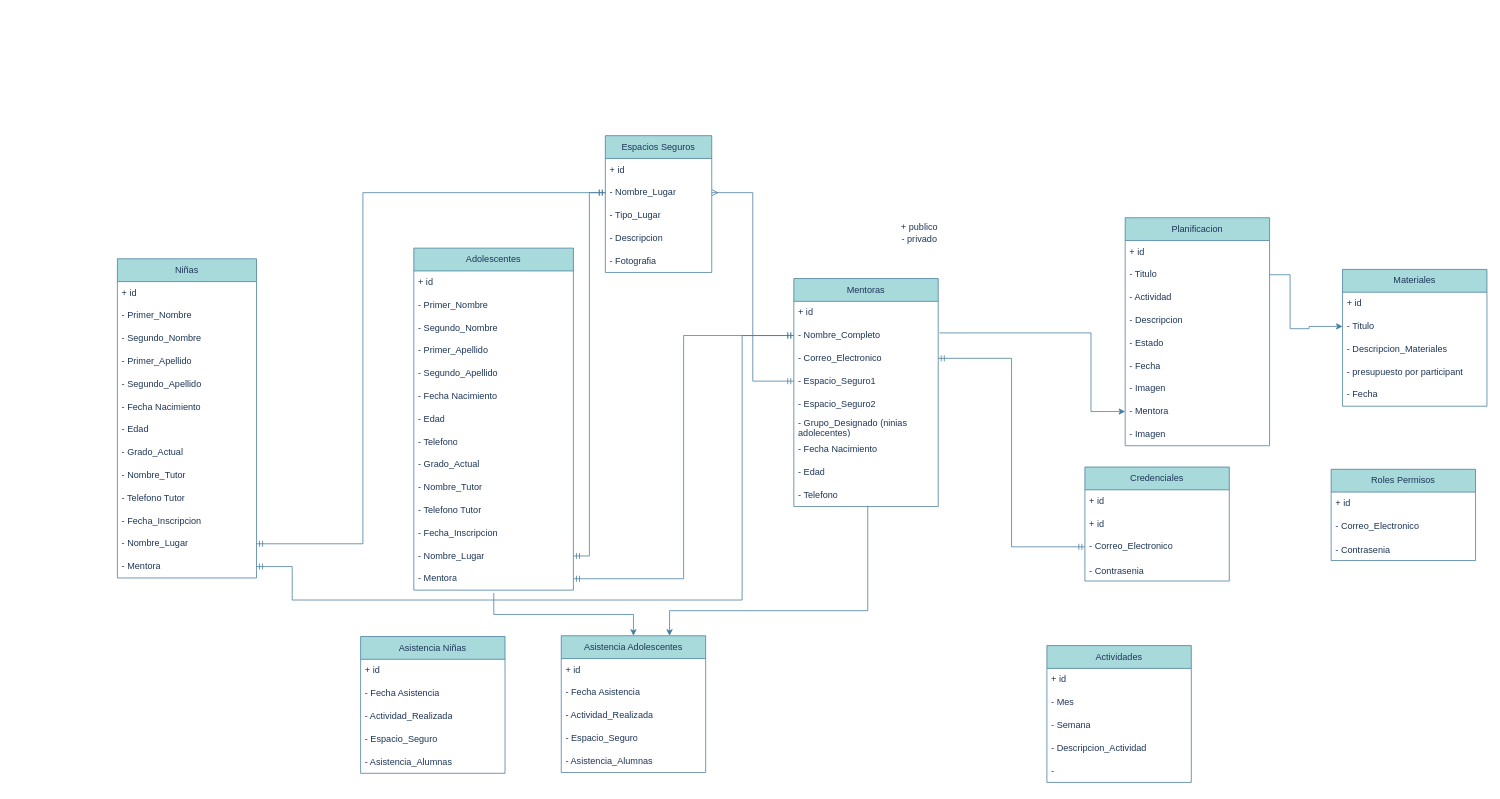
Before: page "Digrama de Clases" (1 of 4) of REDMI.drawio in NealD00/Diagramin, a draw.io diagram. Source tidied: cells renumbered, new cells numbered last; positions are measured from the earlier drawing's top-left corner, leaving out a move shared by most shapes. Both pictures are drawn from the tidied source at 76%, with x=0, y=0 at pixel (117, 135).
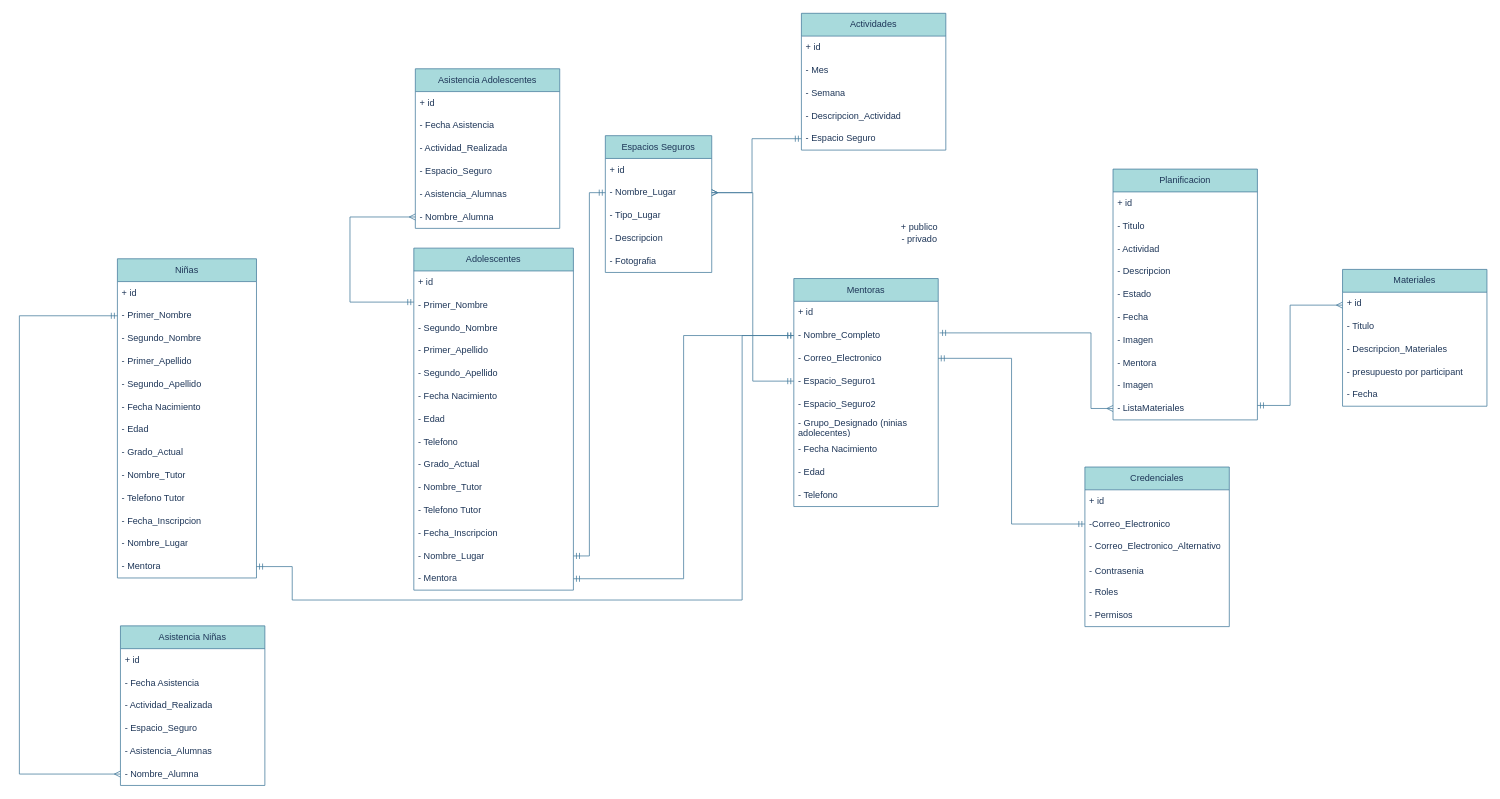
Above is the later version.

The change refers to these unchanged cells:
```xml
<mxCell id="4" value="- Nombre_Lugar" style="text;strokeColor=none;fillColor=none;align=left;verticalAlign=middle;spacingLeft=4;spacingRight=4;overflow=hidden;points=[[0,0.5],[1,0.5]];portConstraint=eastwest;whiteSpace=wrap;html=1;labelBackgroundColor=none;fontColor=#1D3557;" parent="2" vertex="1">
  <mxGeometry y="60" width="140" height="30" as="geometry" />
</mxCell>
<mxCell id="11" value="- Primer_Nombre" style="text;strokeColor=none;fillColor=none;align=left;verticalAlign=middle;spacingLeft=4;spacingRight=4;overflow=hidden;points=[[0,0.5],[1,0.5]];portConstraint=eastwest;whiteSpace=wrap;html=1;labelBackgroundColor=none;fontColor=#1D3557;" parent="9" vertex="1">
  <mxGeometry y="60" width="210" height="30" as="geometry" />
</mxCell>
<mxCell id="23" value="- Mentora" style="text;strokeColor=none;fillColor=none;align=left;verticalAlign=middle;spacingLeft=4;spacingRight=4;overflow=hidden;points=[[0,0.5],[1,0.5]];portConstraint=eastwest;whiteSpace=wrap;html=1;labelBackgroundColor=none;fontColor=#1D3557;" parent="9" vertex="1">
  <mxGeometry y="420" width="210" height="30" as="geometry" />
</mxCell>
<mxCell id="25" value="+ id&amp;nbsp;&lt;span style=&quot;white-space: pre;&quot;&gt;&#9;&lt;/span&gt;" style="text;strokeColor=none;fillColor=none;align=left;verticalAlign=middle;spacingLeft=4;spacingRight=4;overflow=hidden;points=[[0,0.5],[1,0.5]];portConstraint=eastwest;whiteSpace=wrap;html=1;labelBackgroundColor=none;fontColor=#1D3557;" parent="24" vertex="1">
  <mxGeometry y="30" width="190" height="30" as="geometry" />
</mxCell>
<mxCell id="27" value="- Correo_Electronico" style="text;strokeColor=none;fillColor=none;align=left;verticalAlign=middle;spacingLeft=4;spacingRight=4;overflow=hidden;points=[[0,0.5],[1,0.5]];portConstraint=eastwest;whiteSpace=wrap;html=1;labelBackgroundColor=none;fontColor=#1D3557;" parent="24" vertex="1">
  <mxGeometry y="90" width="190" height="30" as="geometry" />
</mxCell>
<mxCell id="33" value="- Telefono" style="text;strokeColor=none;fillColor=none;align=left;verticalAlign=middle;spacingLeft=4;spacingRight=4;overflow=hidden;points=[[0,0.5],[1,0.5]];portConstraint=eastwest;whiteSpace=wrap;html=1;labelBackgroundColor=none;fontColor=#1D3557;" parent="24" vertex="1">
  <mxGeometry y="270" width="190" height="30" as="geometry" />
</mxCell>
<mxCell id="42" value="- Titulo" style="text;strokeColor=none;fillColor=none;align=left;verticalAlign=middle;spacingLeft=4;spacingRight=4;overflow=hidden;points=[[0,0.5],[1,0.5]];portConstraint=eastwest;whiteSpace=wrap;html=1;labelBackgroundColor=none;fontColor=#1D3557;" parent="40" vertex="1">
  <mxGeometry y="60" width="190" height="30" as="geometry" />
</mxCell>
<mxCell id="48" value="- Mentora&lt;span style=&quot;white-space: pre;&quot;&gt;&#9;&lt;/span&gt;" style="text;strokeColor=none;fillColor=none;align=left;verticalAlign=middle;spacingLeft=4;spacingRight=4;overflow=hidden;points=[[0,0.5],[1,0.5]];portConstraint=eastwest;whiteSpace=wrap;html=1;labelBackgroundColor=none;fontColor=#1D3557;" parent="40" vertex="1">
  <mxGeometry y="240" width="190" height="30" as="geometry" />
</mxCell>
<mxCell id="69" value="+ id&amp;nbsp;&lt;span style=&quot;white-space: pre;&quot;&gt;&#9;&lt;/span&gt;" style="text;strokeColor=none;fillColor=none;align=left;verticalAlign=middle;spacingLeft=4;spacingRight=4;overflow=hidden;points=[[0,0.5],[1,0.5]];portConstraint=eastwest;whiteSpace=wrap;html=1;labelBackgroundColor=none;fontColor=#1D3557;" parent="68" vertex="1">
  <mxGeometry y="30" width="190" height="30" as="geometry" />
</mxCell>
<mxCell id="70" value="- Titulo" style="text;strokeColor=none;fillColor=none;align=left;verticalAlign=middle;spacingLeft=4;spacingRight=4;overflow=hidden;points=[[0,0.5],[1,0.5]];portConstraint=eastwest;whiteSpace=wrap;html=1;labelBackgroundColor=none;fontColor=#1D3557;" parent="68" vertex="1">
  <mxGeometry y="60" width="190" height="30" as="geometry" />
</mxCell>
<mxCell id="77" value="- Primer_Nombre" style="text;strokeColor=none;fillColor=none;align=left;verticalAlign=middle;spacingLeft=4;spacingRight=4;overflow=hidden;points=[[0,0.5],[1,0.5]];portConstraint=eastwest;whiteSpace=wrap;html=1;labelBackgroundColor=none;fontColor=#1D3557;" parent="75" vertex="1">
  <mxGeometry y="60" width="183" height="30" as="geometry" />
</mxCell>
<mxCell id="87" value="- Nombre_Lugar" style="text;strokeColor=none;fillColor=none;align=left;verticalAlign=middle;spacingLeft=4;spacingRight=4;overflow=hidden;points=[[0,0.5],[1,0.5]];portConstraint=eastwest;whiteSpace=wrap;html=1;labelBackgroundColor=none;fontColor=#1D3557;" parent="75" vertex="1">
  <mxGeometry y="360" width="183" height="30" as="geometry" />
</mxCell>
```

Change to the diagram source:
```diff
@@
     <mxCell id="34" value="Asistencia Adolescentes" style="swimlane;fontStyle=0;horizontal=1;startSize=30;whiteSpace=wrap;html=1;labelBackgroundColor=none;fillColor=#A8DADC;strokeColor=#457B9D;fontColor=#1D3557;" parent="1" vertex="1">
-      <mxGeometry x="584" y="658" width="190" height="180" as="geometry" />
+      <mxGeometry x="392" y="-88" width="190" height="210" as="geometry" />
     </mxCell>
@@
+    <mxCell id="101" value="- Nombre_Alumna" style="text;strokeColor=none;fillColor=none;align=left;verticalAlign=middle;spacingLeft=4;spacingRight=4;overflow=hidden;points=[[0,0.5],[1,0.5]];portConstraint=eastwest;whiteSpace=wrap;html=1;labelBackgroundColor=none;fontColor=#1D3557;" parent="34" vertex="1">
+      <mxGeometry y="180" width="190" height="30" as="geometry" />
+    </mxCell>
     <mxCell id="40" value="Planificacion" style="swimlane;fontStyle=0;horizontal=1;startSize=30;whiteSpace=wrap;html=1;labelBackgroundColor=none;fillColor=#A8DADC;strokeColor=#457B9D;fontColor=#1D3557;" parent="1" vertex="1">
-      <mxGeometry x="1326" y="108" width="190" height="300" as="geometry" />
+      <mxGeometry x="1310" y="44" width="190" height="330" as="geometry" />
     </mxCell>
@@
+    <mxCell id="102" value="- ListaMateriales" style="text;strokeColor=none;fillColor=none;align=left;verticalAlign=middle;spacingLeft=4;spacingRight=4;overflow=hidden;points=[[0,0.5],[1,0.5]];portConstraint=eastwest;whiteSpace=wrap;html=1;labelBackgroundColor=none;fontColor=#1D3557;" parent="40" vertex="1">
+      <mxGeometry y="300" width="190" height="30" as="geometry" />
+    </mxCell>
     <mxCell id="50" value="Credenciales" style="swimlane;fontStyle=0;horizontal=1;startSize=30;whiteSpace=wrap;html=1;labelBackgroundColor=none;fillColor=#A8DADC;strokeColor=#457B9D;fontColor=#1D3557;" parent="1" vertex="1">
-      <mxGeometry x="1273" y="436" width="190" height="150" as="geometry" />
+      <mxGeometry x="1273" y="436" width="190" height="210" as="geometry" />
     </mxCell>
@@
-    <mxCell id="52" value="+ id&amp;nbsp;&lt;span style=&quot;white-space: pre;&quot;&gt;&#9;&lt;/span&gt;" style="text;strokeColor=none;fillColor=none;align=left;verticalAlign=middle;spacingLeft=4;spacingRight=4;overflow=hidden;points=[[0,0.5],[1,0.5]];portConstraint=eastwest;whiteSpace=wrap;html=1;labelBackgroundColor=none;fontColor=#1D3557;" parent="50" vertex="1">
+    <mxCell id="52" value="-Correo_Electronico" style="text;strokeColor=none;fillColor=none;align=left;verticalAlign=middle;spacingLeft=4;spacingRight=4;overflow=hidden;points=[[0,0.5],[1,0.5]];portConstraint=eastwest;whiteSpace=wrap;html=1;labelBackgroundColor=none;fontColor=#1D3557;" parent="50" vertex="1">
       <mxGeometry y="60" width="190" height="30" as="geometry" />
     </mxCell>
-    <mxCell id="53" value="- Correo_Electronico" style="text;strokeColor=none;fillColor=none;align=left;verticalAlign=middle;spacingLeft=4;spacingRight=4;overflow=hidden;points=[[0,0.5],[1,0.5]];portConstraint=eastwest;whiteSpace=wrap;html=1;labelBackgroundColor=none;fontColor=#1D3557;" parent="50" vertex="1">
+    <mxCell id="53" value="- Correo_Electronico_Alternativo" style="text;strokeColor=none;fillColor=none;align=left;verticalAlign=middle;spacingLeft=4;spacingRight=4;overflow=hidden;points=[[0,0.5],[1,0.5]];portConstraint=eastwest;whiteSpace=wrap;html=1;labelBackgroundColor=none;fontColor=#1D3557;" parent="50" vertex="1">
       <mxGeometry y="90" width="190" height="30" as="geometry" />
     </mxCell>
@@
+    <mxCell id="103" value="- Roles" style="text;strokeColor=none;fillColor=none;align=left;verticalAlign=middle;spacingLeft=4;spacingRight=4;overflow=hidden;whiteSpace=wrap;html=1;labelBackgroundColor=none;fontColor=#1D3557;" parent="50" vertex="1">
+      <mxGeometry y="150" width="190" height="30" as="geometry" />
+    </mxCell>
+    <mxCell id="104" value="- Permisos" style="text;strokeColor=none;fillColor=none;align=left;verticalAlign=middle;spacingLeft=4;spacingRight=4;overflow=hidden;whiteSpace=wrap;html=1;labelBackgroundColor=none;fontColor=#1D3557;" parent="50" vertex="1">
+      <mxGeometry y="180" width="190" height="30" as="geometry" />
+    </mxCell>
@@
-    <mxCell id="57" style="endArrow=classic;html=1;rounded=0;fontFamily=Helvetica;fontSize=12;fontColor=default;fontStyle=0;exitX=0.501;exitY=1.124;exitDx=0;exitDy=0;exitPerimeter=0;entryX=0.5;entryY=0;entryDx=0;entryDy=0;edgeStyle=elbowEdgeStyle;elbow=vertical;labelBackgroundColor=none;strokeColor=#457B9D;" parent="1" edge="1" source="23" target="34">
-      <mxGeometry relative="1" as="geometry" />
-    </mxCell>
-    <mxCell id="58" style="endArrow=classic;html=1;rounded=0;fontFamily=Helvetica;fontSize=12;fontColor=default;fontStyle=0;exitX=0.512;exitY=0.964;exitDx=0;exitDy=0;exitPerimeter=0;entryX=0.75;entryY=0;entryDx=0;entryDy=0;edgeStyle=elbowEdgeStyle;elbow=vertical;labelBackgroundColor=none;strokeColor=#457B9D;" parent="1" edge="1" source="33" target="34">
-      <mxGeometry relative="1" as="geometry">
-        <Array as="points">
-          <mxPoint x="860" y="625" />
-        </Array>
-      </mxGeometry>
-    </mxCell>
-    <mxCell id="59" style="rounded=0;jettySize=auto;elbow=vertical;html=1;exitX=0;exitY=0.5;exitDx=0;exitDy=0;entryX=1;entryY=0.5;entryDx=0;entryDy=0;fontFamily=Helvetica;fontSize=12;fontColor=default;fontStyle=0;edgeStyle=orthogonalEdgeStyle;startArrow=ERmandOne;startFill=0;endArrow=ERmandOne;endFill=0;labelBackgroundColor=none;strokeColor=#457B9D;" parent="1" edge="1" source="53" target="27">
+    <mxCell id="59" style="rounded=0;jettySize=auto;elbow=vertical;html=1;exitX=0;exitY=0.5;exitDx=0;exitDy=0;entryX=1;entryY=0.5;entryDx=0;entryDy=0;fontFamily=Helvetica;fontSize=12;fontColor=default;fontStyle=0;edgeStyle=orthogonalEdgeStyle;startArrow=ERmandOne;startFill=0;endArrow=ERmandOne;endFill=0;labelBackgroundColor=none;strokeColor=#457B9D;" parent="1" edge="1" source="52" target="27">
       <mxGeometry relative="1" as="geometry" />
     </mxCell>
     <mxCell id="60" value="Actividades" style="swimlane;fontStyle=0;horizontal=1;startSize=30;whiteSpace=wrap;html=1;labelBackgroundColor=none;fillColor=#A8DADC;strokeColor=#457B9D;fontColor=#1D3557;" parent="1" vertex="1">
-      <mxGeometry x="1223" y="671" width="190" height="180" as="geometry" />
+      <mxGeometry x="900" y="-161" width="190" height="180" as="geometry" />
     </mxCell>
@@
-    <mxCell id="65" value="-&amp;nbsp;" style="text;strokeColor=none;fillColor=none;align=left;verticalAlign=middle;spacingLeft=4;spacingRight=4;overflow=hidden;points=[[0,0.5],[1,0.5]];portConstraint=eastwest;whiteSpace=wrap;html=1;labelBackgroundColor=none;fontColor=#1D3557;" parent="60" vertex="1">
+    <mxCell id="65" value="- Espacio Seguro" style="text;strokeColor=none;fillColor=none;align=left;verticalAlign=middle;spacingLeft=4;spacingRight=4;overflow=hidden;points=[[0,0.5],[1,0.5]];portConstraint=eastwest;whiteSpace=wrap;html=1;labelBackgroundColor=none;fontColor=#1D3557;" parent="60" vertex="1">
       <mxGeometry y="150" width="190" height="30" as="geometry" />
     </mxCell>
@@
-    <mxCell id="67" style="edgeStyle=orthogonalEdgeStyle;rounded=0;jettySize=auto;html=1;exitX=1.009;exitY=1.384;exitDx=0;exitDy=0;exitPerimeter=0;entryX=0;entryY=0.5;entryDx=0;entryDy=0;labelBackgroundColor=none;strokeColor=#457B9D;fontColor=default;" parent="1" edge="1" source="25" target="48">
+    <mxCell id="67" style="edgeStyle=orthogonalEdgeStyle;rounded=0;jettySize=auto;html=1;exitX=1.009;exitY=1.384;exitDx=0;exitDy=0;exitPerimeter=0;entryX=0;entryY=0.5;entryDx=0;entryDy=0;labelBackgroundColor=none;strokeColor=#457B9D;fontColor=default;startArrow=ERmandOne;startFill=0;endArrow=ERmany;endFill=0;" parent="1" edge="1" source="25" target="102">
       <mxGeometry relative="1" as="geometry">
         <Array as="points">
-          <mxPoint x="1281" y="260" />
-          <mxPoint x="1281" y="363" />
+          <mxPoint x="1281" y="259" />
+          <mxPoint x="1281" y="359" />
         </Array>
       </mxGeometry>
     </mxCell>
@@
-    <mxCell id="74" style="edgeStyle=orthogonalEdgeStyle;rounded=0;jettySize=auto;html=1;exitX=1;exitY=0.5;exitDx=0;exitDy=0;entryX=0;entryY=0.5;entryDx=0;entryDy=0;labelBackgroundColor=none;strokeColor=#457B9D;fontColor=default;" parent="1" edge="1" source="42" target="70">
+    <mxCell id="74" style="edgeStyle=orthogonalEdgeStyle;rounded=0;jettySize=auto;html=1;labelBackgroundColor=none;strokeColor=#457B9D;fontColor=default;startArrow=ERmandOne;startFill=0;endArrow=ERmany;endFill=0;" parent="1" edge="1" source="102" target="69">
       <mxGeometry relative="1" as="geometry">
         <Array as="points">
-          <mxPoint x="1543" y="183" />
-          <mxPoint x="1543" y="254" />
-          <mxPoint x="1568" y="254" />
-          <mxPoint x="1568" y="251" />
+          <mxPoint x="1543" y="355" />
+          <mxPoint x="1543" y="223" />
         </Array>
       </mxGeometry>
     </mxCell>
@@
     <mxCell id="89" value="Asistencia Niñas" style="swimlane;fontStyle=0;horizontal=1;startSize=30;whiteSpace=wrap;html=1;labelBackgroundColor=none;fillColor=#A8DADC;strokeColor=#457B9D;fontColor=#1D3557;" parent="1" vertex="1">
-      <mxGeometry x="320" y="659" width="190" height="180" as="geometry" />
+      <mxGeometry x="4" y="645" width="190" height="210" as="geometry" />
     </mxCell>
@@
-    <mxCell id="95" style="edgeStyle=orthogonalEdgeStyle;rounded=0;jettySize=auto;html=1;entryX=1;entryY=0.5;entryDx=0;entryDy=0;fontFamily=Helvetica;fontSize=12;fontColor=default;fontStyle=0;endArrow=ERmandOne;endFill=0;startArrow=ERmandOne;startFill=0;exitX=0;exitY=0.5;exitDx=0;exitDy=0;labelBackgroundColor=none;strokeColor=#457B9D;" parent="1" edge="1" source="4" target="87">
-      <mxGeometry relative="1" as="geometry">
-        <Array as="points">
-          <mxPoint x="323" y="75" />
-          <mxPoint x="323" y="537" />
-        </Array>
-      </mxGeometry>
-    </mxCell>
+    <mxCell id="105" value="- Nombre_Alumna" style="text;strokeColor=none;fillColor=none;align=left;verticalAlign=middle;spacingLeft=4;spacingRight=4;overflow=hidden;points=[[0,0.5],[1,0.5]];portConstraint=eastwest;whiteSpace=wrap;html=1;labelBackgroundColor=none;fontColor=#1D3557;" parent="89" vertex="1">
+      <mxGeometry y="180" width="190" height="30" as="geometry" />
+    </mxCell>
@@
-    <mxCell id="97" value="Roles Permisos" style="swimlane;fontStyle=0;horizontal=1;startSize=30;whiteSpace=wrap;html=1;labelBackgroundColor=none;fillColor=#A8DADC;strokeColor=#457B9D;fontColor=#1D3557;" parent="1" vertex="1">
-      <mxGeometry x="1597" y="439" width="190" height="120" as="geometry" />
-    </mxCell>
-    <mxCell id="98" value="+ id&amp;nbsp;&lt;span style=&quot;white-space: pre;&quot;&gt;&#9;&lt;/span&gt;" style="text;strokeColor=none;fillColor=none;align=left;verticalAlign=middle;spacingLeft=4;spacingRight=4;overflow=hidden;whiteSpace=wrap;html=1;labelBackgroundColor=none;fontColor=#1D3557;" parent="97" vertex="1">
-      <mxGeometry y="30" width="190" height="30" as="geometry" />
-    </mxCell>
-    <mxCell id="99" value="- Correo_Electronico" style="text;strokeColor=none;fillColor=none;align=left;verticalAlign=middle;spacingLeft=4;spacingRight=4;overflow=hidden;whiteSpace=wrap;html=1;labelBackgroundColor=none;fontColor=#1D3557;" parent="97" vertex="1">
-      <mxGeometry y="60" width="190" height="30" as="geometry" />
-    </mxCell>
-    <mxCell id="100" value="- Contrasenia&lt;font face=&quot;sans-serif&quot; color=&quot;#202122&quot;&gt;&lt;span style=&quot;font-size: 16px; background-color: rgb(255, 255, 255);&quot;&gt;&lt;/span&gt;&lt;/font&gt;" style="text;strokeColor=none;fillColor=none;align=left;verticalAlign=middle;spacingLeft=4;spacingRight=4;overflow=hidden;whiteSpace=wrap;html=1;labelBackgroundColor=none;fontColor=#1D3557;" parent="97" vertex="1">
-      <mxGeometry y="90" width="190" height="30" as="geometry" />
-    </mxCell>
+    <mxCell id="106" style="edgeStyle=orthogonalEdgeStyle;rounded=0;jettySize=auto;html=1;entryX=0;entryY=0.5;entryDx=0;entryDy=0;fontFamily=Helvetica;fontSize=12;fontColor=default;fontStyle=0;endArrow=ERmany;endFill=0;startArrow=ERmandOne;startFill=0;exitX=0;exitY=0.5;exitDx=0;exitDy=0;labelBackgroundColor=none;strokeColor=#457B9D;" parent="1" edge="1" source="77" target="105">
+      <mxGeometry relative="1" as="geometry">
+        <Array as="points">
+          <mxPoint x="-129" y="237" />
+          <mxPoint x="-129" y="840" />
+        </Array>
+      </mxGeometry>
+    </mxCell>
+    <mxCell id="107" style="edgeStyle=orthogonalEdgeStyle;rounded=0;jettySize=auto;html=1;entryX=0;entryY=0.5;entryDx=0;entryDy=0;fontFamily=Helvetica;fontSize=12;fontColor=default;fontStyle=0;endArrow=ERmany;endFill=0;startArrow=ERmandOne;startFill=0;labelBackgroundColor=none;strokeColor=#457B9D;" parent="1" edge="1" source="11" target="101">
+      <mxGeometry relative="1" as="geometry">
+        <Array as="points">
+          <mxPoint x="306" y="219" />
+          <mxPoint x="306" y="107" />
+        </Array>
+      </mxGeometry>
+    </mxCell>
+    <mxCell id="108" style="edgeStyle=orthogonalEdgeStyle;rounded=0;jettySize=auto;html=1;exitX=1;exitY=0.5;exitDx=0;exitDy=0;entryX=0;entryY=0.5;entryDx=0;entryDy=0;endArrow=ERmandOne;endFill=0;startArrow=ERmany;startFill=0;labelBackgroundColor=none;strokeColor=#457B9D;fontColor=default;" parent="1" edge="1" source="4" target="65">
+      <mxGeometry relative="1" as="geometry">
+        <Array as="points">
+          <mxPoint x="835" y="75" />
+          <mxPoint x="835" y="4" />
+        </Array>
+      </mxGeometry>
+    </mxCell>
```
